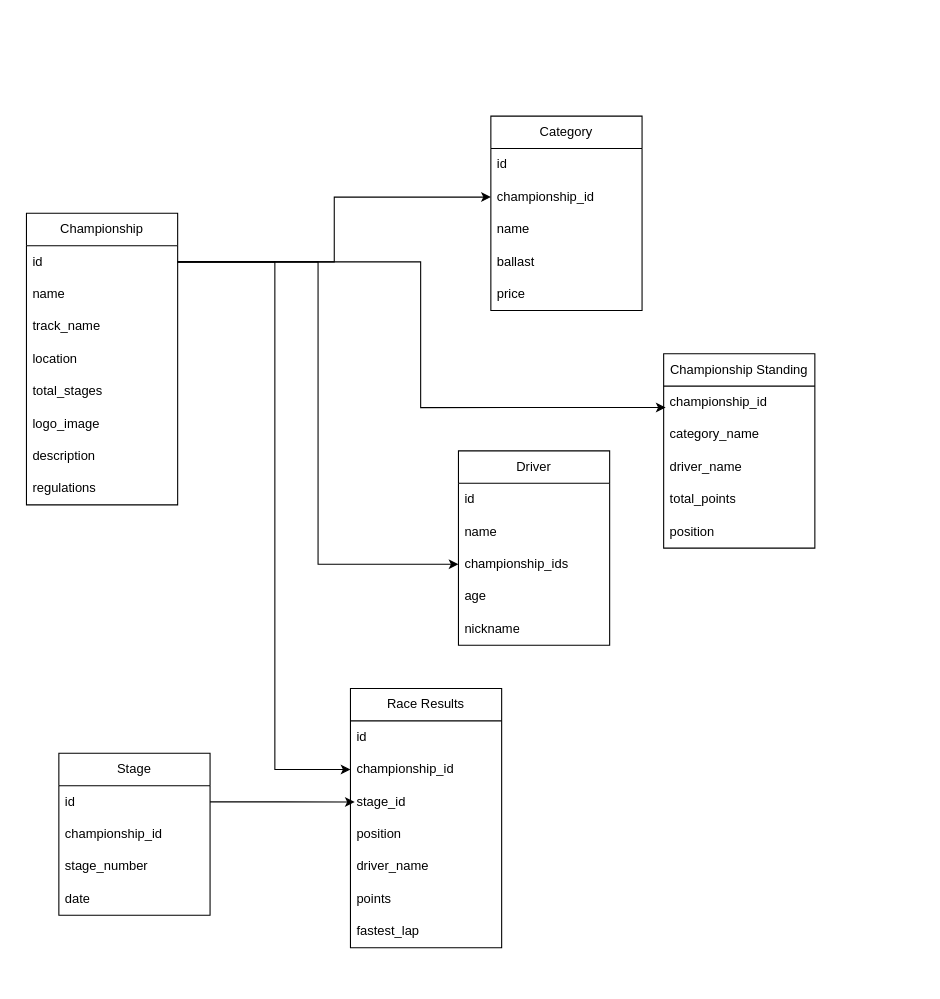
The draw.io diagram src/data/data-model.drawio in Zenardi/fkart-site, before the edit. Source tidied: cells renumbered, new cells numbered last; positions are measured from the earlier drawing's top-left corner, leaving out a move shared by most shapes. Both pictures are drawn from the tidied source at 108%, with x=0, y=0 at pixel (26, 116).
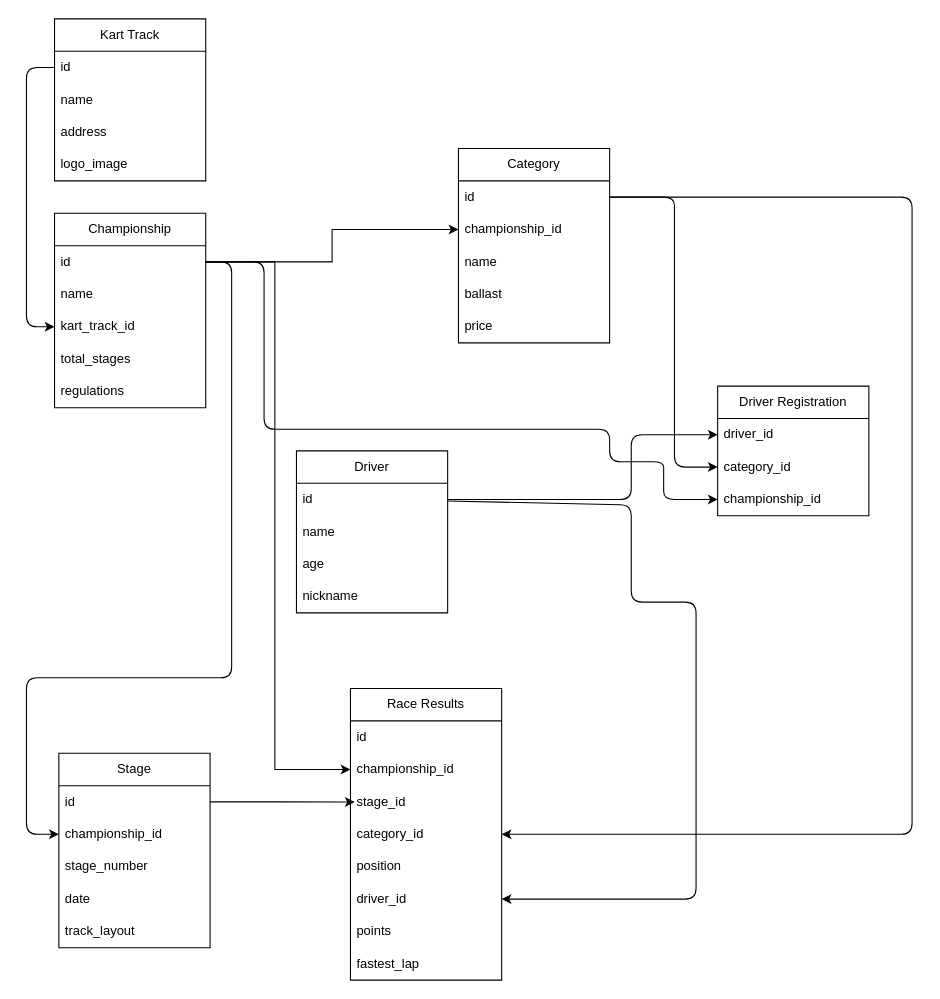
Above is the later version.

Unchanged cells that the change refers to:
```xml
<mxCell id="4" value="id" style="text;strokeColor=none;fillColor=none;align=left;verticalAlign=middle;spacingLeft=4;spacingRight=4;overflow=hidden;points=[[0,0.5],[1,0.5]];portConstraint=eastwest;whiteSpace=wrap;html=1;" parent="3" vertex="1">
  <mxGeometry y="30" width="140" height="30" as="geometry" />
</mxCell>
<mxCell id="13" value="id" style="text;strokeColor=none;fillColor=none;align=left;verticalAlign=middle;spacingLeft=4;spacingRight=4;overflow=hidden;points=[[0,0.5],[1,0.5]];portConstraint=eastwest;whiteSpace=wrap;html=1;" parent="12" vertex="1">
  <mxGeometry y="30" width="140" height="30" as="geometry" />
</mxCell>
<mxCell id="22" value="stage_id" style="text;strokeColor=none;fillColor=none;align=left;verticalAlign=middle;spacingLeft=4;spacingRight=4;overflow=hidden;points=[[0,0.5],[1,0.5]];portConstraint=eastwest;whiteSpace=wrap;html=1;" parent="19" vertex="1">
  <mxGeometry y="90" width="140" height="30" as="geometry" />
</mxCell>
<mxCell id="28" value="id" style="text;strokeColor=none;fillColor=none;align=left;verticalAlign=middle;spacingLeft=4;spacingRight=4;overflow=hidden;points=[[0,0.5],[1,0.5]];portConstraint=eastwest;whiteSpace=wrap;html=1;" parent="27" vertex="1">
  <mxGeometry y="30" width="140" height="30" as="geometry" />
</mxCell>
<mxCell id="29" value="championship_id" style="text;strokeColor=none;fillColor=none;align=left;verticalAlign=middle;spacingLeft=4;spacingRight=4;overflow=hidden;points=[[0,0.5],[1,0.5]];portConstraint=eastwest;whiteSpace=wrap;html=1;" parent="27" vertex="1">
  <mxGeometry y="60" width="140" height="30" as="geometry" />
</mxCell>
<mxCell id="33" value="id" style="text;strokeColor=none;fillColor=none;align=left;verticalAlign=middle;spacingLeft=4;spacingRight=4;overflow=hidden;points=[[0,0.5],[1,0.5]];portConstraint=eastwest;whiteSpace=wrap;html=1;" parent="32" vertex="1">
  <mxGeometry y="30" width="140" height="30" as="geometry" />
</mxCell>
```

The edit, as a diff of the source:
```diff
@@
     <mxCell id="3" value="Championship" style="swimlane;fontStyle=0;horizontal=1;startSize=30;whiteSpace=wrap;html=1;" parent="1" vertex="1">
-      <mxGeometry y="90" width="140" height="270" as="geometry" />
+      <mxGeometry x="26" y="90" width="140" height="180" as="geometry" />
     </mxCell>
@@
-    <mxCell id="6" value="track_name" style="text;strokeColor=none;fillColor=none;align=left;verticalAlign=middle;spacingLeft=4;spacingRight=4;overflow=hidden;points=[[0,0.5],[1,0.5]];portConstraint=eastwest;whiteSpace=wrap;html=1;" parent="3" vertex="1">
+    <mxCell id="6" value="kart_track_id" style="text;strokeColor=none;fillColor=none;align=left;verticalAlign=middle;spacingLeft=4;spacingRight=4;overflow=hidden;points=[[0,0.5],[1,0.5]];portConstraint=eastwest;whiteSpace=wrap;html=1;" parent="3" vertex="1">
       <mxGeometry y="90" width="140" height="30" as="geometry" />
     </mxCell>
-    <mxCell id="7" value="location" style="text;strokeColor=none;fillColor=none;align=left;verticalAlign=middle;spacingLeft=4;spacingRight=4;overflow=hidden;whiteSpace=wrap;html=1;" parent="3" vertex="1">
-      <mxGeometry y="120" width="140" height="30" as="geometry" />
-    </mxCell>
     <mxCell id="8" value="total_stages" style="text;strokeColor=none;fillColor=none;align=left;verticalAlign=middle;spacingLeft=4;spacingRight=4;overflow=hidden;whiteSpace=wrap;html=1;" parent="3" vertex="1">
-      <mxGeometry y="150" width="140" height="30" as="geometry" />
+      <mxGeometry y="120" width="140" height="30" as="geometry" />
     </mxCell>
-    <mxCell id="9" value="logo_image" style="text;strokeColor=none;fillColor=none;align=left;verticalAlign=middle;spacingLeft=4;spacingRight=4;overflow=hidden;whiteSpace=wrap;html=1;" parent="3" vertex="1">
-      <mxGeometry y="180" width="140" height="30" as="geometry" />
-    </mxCell>
-    <mxCell id="10" value="description" style="text;strokeColor=none;fillColor=none;align=left;verticalAlign=middle;spacingLeft=4;spacingRight=4;overflow=hidden;whiteSpace=wrap;html=1;" parent="3" vertex="1">
-      <mxGeometry y="210" width="140" height="30" as="geometry" />
-    </mxCell>
     <mxCell id="11" value="regulations" style="text;strokeColor=none;fillColor=none;align=left;verticalAlign=middle;spacingLeft=4;spacingRight=4;overflow=hidden;whiteSpace=wrap;html=1;" parent="3" vertex="1">
-      <mxGeometry y="240" width="140" height="30" as="geometry" />
+      <mxGeometry y="150" width="140" height="30" as="geometry" />
     </mxCell>
     <mxCell id="12" value="Category" style="swimlane;fontStyle=0;horizontal=1;startSize=30;whiteSpace=wrap;html=1;" parent="1" vertex="1">
-      <mxGeometry x="430" width="140" height="180" as="geometry" />
+      <mxGeometry x="400" y="30" width="140" height="180" as="geometry" />
     </mxCell>
@@
     <mxCell id="19" value="Race Results" style="swimlane;fontStyle=0;horizontal=1;startSize=30;whiteSpace=wrap;html=1;" parent="1" vertex="1">
-      <mxGeometry x="300" y="530" width="140" height="240" as="geometry" />
+      <mxGeometry x="300" y="530" width="140" height="270" as="geometry" />
     </mxCell>
@@
+    <mxCell id="47" value="category_id" style="text;strokeColor=none;fillColor=none;align=left;verticalAlign=middle;spacingLeft=4;spacingRight=4;overflow=hidden;points=[[0,0.5],[1,0.5]];portConstraint=eastwest;whiteSpace=wrap;html=1;" parent="19" vertex="1">
+      <mxGeometry y="120" width="140" height="30" as="geometry" />
+    </mxCell>
     <mxCell id="23" value="position" style="text;strokeColor=none;fillColor=none;align=left;verticalAlign=middle;spacingLeft=4;spacingRight=4;overflow=hidden;whiteSpace=wrap;html=1;" parent="19" vertex="1">
-      <mxGeometry y="120" width="140" height="30" as="geometry" />
+      <mxGeometry y="150" width="140" height="30" as="geometry" />
     </mxCell>
-    <mxCell id="24" value="driver_name" style="text;strokeColor=none;fillColor=none;align=left;verticalAlign=middle;spacingLeft=4;spacingRight=4;overflow=hidden;points=[[0,0.5],[1,0.5]];portConstraint=eastwest;whiteSpace=wrap;html=1;" parent="19" vertex="1">
-      <mxGeometry y="150" width="140" height="30" as="geometry" />
+    <mxCell id="24" value="driver_id" style="text;strokeColor=none;fillColor=none;align=left;verticalAlign=middle;spacingLeft=4;spacingRight=4;overflow=hidden;points=[[0,0.5],[1,0.5]];portConstraint=eastwest;whiteSpace=wrap;html=1;" parent="19" vertex="1">
+      <mxGeometry y="180" width="140" height="30" as="geometry" />
     </mxCell>
     <mxCell id="25" value="points" style="text;strokeColor=none;fillColor=none;align=left;verticalAlign=middle;spacingLeft=4;spacingRight=4;overflow=hidden;whiteSpace=wrap;html=1;" parent="19" vertex="1">
-      <mxGeometry y="180" width="140" height="30" as="geometry" />
+      <mxGeometry y="210" width="140" height="30" as="geometry" />
     </mxCell>
     <mxCell id="26" value="fastest_lap" style="text;strokeColor=none;fillColor=none;align=left;verticalAlign=middle;spacingLeft=4;spacingRight=4;overflow=hidden;whiteSpace=wrap;html=1;" parent="19" vertex="1">
-      <mxGeometry y="210" width="140" height="30" as="geometry" />
+      <mxGeometry y="240" width="140" height="30" as="geometry" />
     </mxCell>
     <mxCell id="27" value="Stage" style="swimlane;fontStyle=0;horizontal=1;startSize=30;whiteSpace=wrap;html=1;" parent="1" vertex="1">
-      <mxGeometry x="30" y="590" width="140" height="150" as="geometry" />
+      <mxGeometry x="30" y="590" width="140" height="180" as="geometry" />
     </mxCell>
@@
+    <mxCell id="48" value="track_layout" style="text;strokeColor=none;fillColor=none;align=left;verticalAlign=middle;spacingLeft=4;spacingRight=4;overflow=hidden;whiteSpace=wrap;html=1;" parent="27" vertex="1">
+      <mxGeometry y="150" width="140" height="30" as="geometry" />
+    </mxCell>
     <mxCell id="32" value="Driver" style="swimlane;fontStyle=0;horizontal=1;startSize=30;whiteSpace=wrap;html=1;" parent="1" vertex="1">
-      <mxGeometry x="400" y="310" width="140" height="180" as="geometry" />
+      <mxGeometry x="250" y="310" width="140" height="150" as="geometry" />
     </mxCell>
@@
-    <mxCell id="35" value="championship_ids" style="text;strokeColor=none;fillColor=none;align=left;verticalAlign=middle;spacingLeft=4;spacingRight=4;overflow=hidden;points=[[0,0.5],[1,0.5]];portConstraint=eastwest;whiteSpace=wrap;html=1;" parent="32" vertex="1">
-      <mxGeometry y="90" width="140" height="30" as="geometry" />
-    </mxCell>
     <mxCell id="36" value="age" style="text;strokeColor=none;fillColor=none;align=left;verticalAlign=middle;spacingLeft=4;spacingRight=4;overflow=hidden;whiteSpace=wrap;html=1;" parent="32" vertex="1">
-      <mxGeometry y="120" width="140" height="30" as="geometry" />
+      <mxGeometry y="90" width="140" height="30" as="geometry" />
     </mxCell>
     <mxCell id="37" value="nickname" style="text;strokeColor=none;fillColor=none;align=left;verticalAlign=middle;spacingLeft=4;spacingRight=4;overflow=hidden;whiteSpace=wrap;html=1;" parent="32" vertex="1">
-      <mxGeometry y="150" width="140" height="30" as="geometry" />
+      <mxGeometry y="120" width="140" height="30" as="geometry" />
     </mxCell>
-    <mxCell id="38" value="Championship Standing" style="swimlane;fontStyle=0;horizontal=1;startSize=30;whiteSpace=wrap;html=1;" parent="1" vertex="1">
-      <mxGeometry x="590" y="220" width="140" height="180" as="geometry" />
-    </mxCell>
+    <mxCell id="44" style="edgeStyle=orthogonalEdgeStyle;rounded=0;jettySize=auto;html=1;entryX=0.028;entryY=0.503;entryDx=0;entryDy=0;entryPerimeter=0;" parent="1" edge="1" source="28" target="22">
+      <mxGeometry relative="1" as="geometry" />
+    </mxCell>
+    <mxCell id="49" style="edgeStyle=none;html=1;exitX=1;exitY=0.5;exitDx=0;exitDy=0;entryX=0;entryY=0.5;entryDx=0;entryDy=0;" parent="1" edge="1" source="4" target="29">
+      <mxGeometry relative="1" as="geometry">
+        <Array as="points">
+          <mxPoint x="190" y="135" />
+          <mxPoint x="190" y="380" />
+          <mxPoint x="190" y="520" />
+          <mxPoint y="520" />
+          <mxPoint y="665" />
+        </Array>
+      </mxGeometry>
+    </mxCell>
+    <mxCell id="50" style="edgeStyle=none;html=1;entryX=1;entryY=0.5;entryDx=0;entryDy=0;exitX=1;exitY=0.5;exitDx=0;exitDy=0;" parent="1" edge="1" source="13" target="47">
+      <mxGeometry relative="1" as="geometry">
+        <Array as="points">
+          <mxPoint x="820" y="75" />
+          <mxPoint x="820" y="665" />
+        </Array>
+      </mxGeometry>
+    </mxCell>
+    <mxCell id="51" value="Kart Track" style="swimlane;fontStyle=0;horizontal=1;startSize=30;whiteSpace=wrap;html=1;" parent="1" vertex="1">
+      <mxGeometry x="26" y="-90" width="140" height="150" as="geometry" />
+    </mxCell>
+    <mxCell id="52" value="id" style="text;strokeColor=none;fillColor=none;align=left;verticalAlign=middle;spacingLeft=4;spacingRight=4;overflow=hidden;points=[[0,0.5],[1,0.5]];portConstraint=eastwest;whiteSpace=wrap;html=1;" parent="51" vertex="1">
+      <mxGeometry y="30" width="140" height="30" as="geometry" />
+    </mxCell>
+    <mxCell id="53" value="name" style="text;strokeColor=none;fillColor=none;align=left;verticalAlign=middle;spacingLeft=4;spacingRight=4;overflow=hidden;whiteSpace=wrap;html=1;" parent="51" vertex="1">
+      <mxGeometry y="60" width="140" height="30" as="geometry" />
+    </mxCell>
+    <mxCell id="54" value="address" style="text;strokeColor=none;fillColor=none;align=left;verticalAlign=middle;spacingLeft=4;spacingRight=4;overflow=hidden;whiteSpace=wrap;html=1;" parent="51" vertex="1">
+      <mxGeometry y="90" width="140" height="30" as="geometry" />
+    </mxCell>
+    <mxCell id="9" value="logo_image" style="text;strokeColor=none;fillColor=none;align=left;verticalAlign=middle;spacingLeft=4;spacingRight=4;overflow=hidden;whiteSpace=wrap;html=1;" parent="51" vertex="1">
+      <mxGeometry y="120" width="140" height="30" as="geometry" />
+    </mxCell>
+    <mxCell id="55" style="edgeStyle=none;html=1;entryX=0;entryY=0.5;entryDx=0;entryDy=0;exitX=0;exitY=0.5;exitDx=0;exitDy=0;" parent="1" edge="1" source="52" target="6">
+      <mxGeometry relative="1" as="geometry">
+        <Array as="points">
+          <mxPoint y="-45" />
+          <mxPoint y="70" />
+          <mxPoint y="195" />
+        </Array>
+      </mxGeometry>
+    </mxCell>
+    <mxCell id="56" style="edgeStyle=none;html=1;entryX=1;entryY=0.5;entryDx=0;entryDy=0;" parent="1" edge="1" source="33" target="24">
+      <mxGeometry relative="1" as="geometry">
+        <Array as="points">
+          <mxPoint x="560" y="360" />
+          <mxPoint x="560" y="450" />
+          <mxPoint x="620" y="450" />
+          <mxPoint x="620" y="725" />
+        </Array>
+      </mxGeometry>
+    </mxCell>
+    <mxCell id="57" value="Driver Registration" style="swimlane;fontStyle=0;horizontal=1;startSize=30;whiteSpace=wrap;html=1;" parent="1" vertex="1">
+      <mxGeometry x="640" y="250" width="140" height="120" as="geometry" />
+    </mxCell>
+    <mxCell id="58" value="driver_id" style="text;strokeColor=none;fillColor=none;align=left;verticalAlign=middle;spacingLeft=4;spacingRight=4;overflow=hidden;points=[[0,0.5],[1,0.5]];portConstraint=eastwest;whiteSpace=wrap;html=1;" parent="57" vertex="1">
+      <mxGeometry y="30" width="140" height="30" as="geometry" />
+    </mxCell>
+    <mxCell id="59" value="category_id" style="text;strokeColor=none;fillColor=none;align=left;verticalAlign=middle;spacingLeft=4;spacingRight=4;overflow=hidden;points=[[0,0.5],[1,0.5]];portConstraint=eastwest;whiteSpace=wrap;html=1;" parent="57" vertex="1">
+      <mxGeometry y="60" width="140" height="30" as="geometry" />
+    </mxCell>
-    <mxCell id="39" value="championship_id" style="text;strokeColor=none;fillColor=none;align=left;verticalAlign=middle;spacingLeft=4;spacingRight=4;overflow=hidden;points=[[0,0.5],[1,0.5]];portConstraint=eastwest;whiteSpace=wrap;html=1;" parent="38" vertex="1">
-      <mxGeometry y="30" width="140" height="30" as="geometry" />
+    <mxCell id="39" value="championship_id" style="text;strokeColor=none;fillColor=none;align=left;verticalAlign=middle;spacingLeft=4;spacingRight=4;overflow=hidden;points=[[0,0.5],[1,0.5]];portConstraint=eastwest;whiteSpace=wrap;html=1;" parent="57" vertex="1">
+      <mxGeometry y="90" width="140" height="30" as="geometry" />
     </mxCell>
-    <mxCell id="40" value="category_name" style="text;strokeColor=none;fillColor=none;align=left;verticalAlign=middle;spacingLeft=4;spacingRight=4;overflow=hidden;whiteSpace=wrap;html=1;" parent="38" vertex="1">
-      <mxGeometry y="60" width="140" height="30" as="geometry" />
-    </mxCell>
-    <mxCell id="41" value="driver_name" style="text;strokeColor=none;fillColor=none;align=left;verticalAlign=middle;spacingLeft=4;spacingRight=4;overflow=hidden;whiteSpace=wrap;html=1;" parent="38" vertex="1">
-      <mxGeometry y="90" width="140" height="30" as="geometry" />
-    </mxCell>
-    <mxCell id="42" value="total_points" style="text;strokeColor=none;fillColor=none;align=left;verticalAlign=middle;spacingLeft=4;spacingRight=4;overflow=hidden;whiteSpace=wrap;html=1;" parent="38" vertex="1">
-      <mxGeometry y="120" width="140" height="30" as="geometry" />
-    </mxCell>
-    <mxCell id="43" value="position" style="text;strokeColor=none;fillColor=none;align=left;verticalAlign=middle;spacingLeft=4;spacingRight=4;overflow=hidden;whiteSpace=wrap;html=1;" parent="38" vertex="1">
-      <mxGeometry y="150" width="140" height="30" as="geometry" />
-    </mxCell>
-    <mxCell id="44" style="edgeStyle=orthogonalEdgeStyle;rounded=0;jettySize=auto;html=1;entryX=0.028;entryY=0.503;entryDx=0;entryDy=0;entryPerimeter=0;" parent="1" edge="1" source="28" target="22">
-      <mxGeometry relative="1" as="geometry" />
-    </mxCell>
-    <mxCell id="45" style="edgeStyle=orthogonalEdgeStyle;rounded=0;jettySize=auto;html=1;entryX=0;entryY=0.5;entryDx=0;entryDy=0;" parent="1" edge="1" source="4" target="35">
-      <mxGeometry relative="1" as="geometry" />
-    </mxCell>
+    <mxCell id="60" style="edgeStyle=none;html=1;entryX=0;entryY=0.5;entryDx=0;entryDy=0;exitX=1;exitY=0.5;exitDx=0;exitDy=0;" parent="1" edge="1" source="33" target="58">
+      <mxGeometry relative="1" as="geometry">
+        <Array as="points">
+          <mxPoint x="560" y="355" />
+          <mxPoint x="560" y="295" />
+          <mxPoint x="600" y="295" />
+        </Array>
+      </mxGeometry>
+    </mxCell>
+    <mxCell id="61" style="edgeStyle=none;html=1;entryX=0;entryY=0.5;entryDx=0;entryDy=0;exitX=1;exitY=0.5;exitDx=0;exitDy=0;" parent="1" edge="1" source="13" target="59">
+      <mxGeometry relative="1" as="geometry">
+        <Array as="points">
+          <mxPoint x="600" y="75" />
+          <mxPoint x="600" y="90" />
+          <mxPoint x="600" y="110" />
+          <mxPoint x="600" y="325" />
+        </Array>
+      </mxGeometry>
+    </mxCell>
-    <mxCell id="46" style="edgeStyle=orthogonalEdgeStyle;rounded=0;jettySize=auto;html=1;entryX=0.013;entryY=0.662;entryDx=0;entryDy=0;entryPerimeter=0;" parent="1" edge="1" source="4" target="39">
-      <mxGeometry relative="1" as="geometry" />
+    <mxCell id="46" style="edgeStyle=none;html=1;entryX=0;entryY=0.5;entryDx=0;entryDy=0;exitX=1;exitY=0.5;exitDx=0;exitDy=0;" parent="1" edge="1" source="4" target="39">
+      <mxGeometry relative="1" as="geometry">
+        <Array as="points">
+          <mxPoint x="220" y="135" />
+          <mxPoint x="220" y="290" />
+          <mxPoint x="330" y="290" />
+          <mxPoint x="440" y="290" />
+          <mxPoint x="490" y="290" />
+          <mxPoint x="540" y="290" />
+          <mxPoint x="540" y="320" />
+          <mxPoint x="590" y="320" />
+          <mxPoint x="590" y="330" />
+          <mxPoint x="590" y="355" />
+        </Array>
+      </mxGeometry>
     </mxCell>
```
